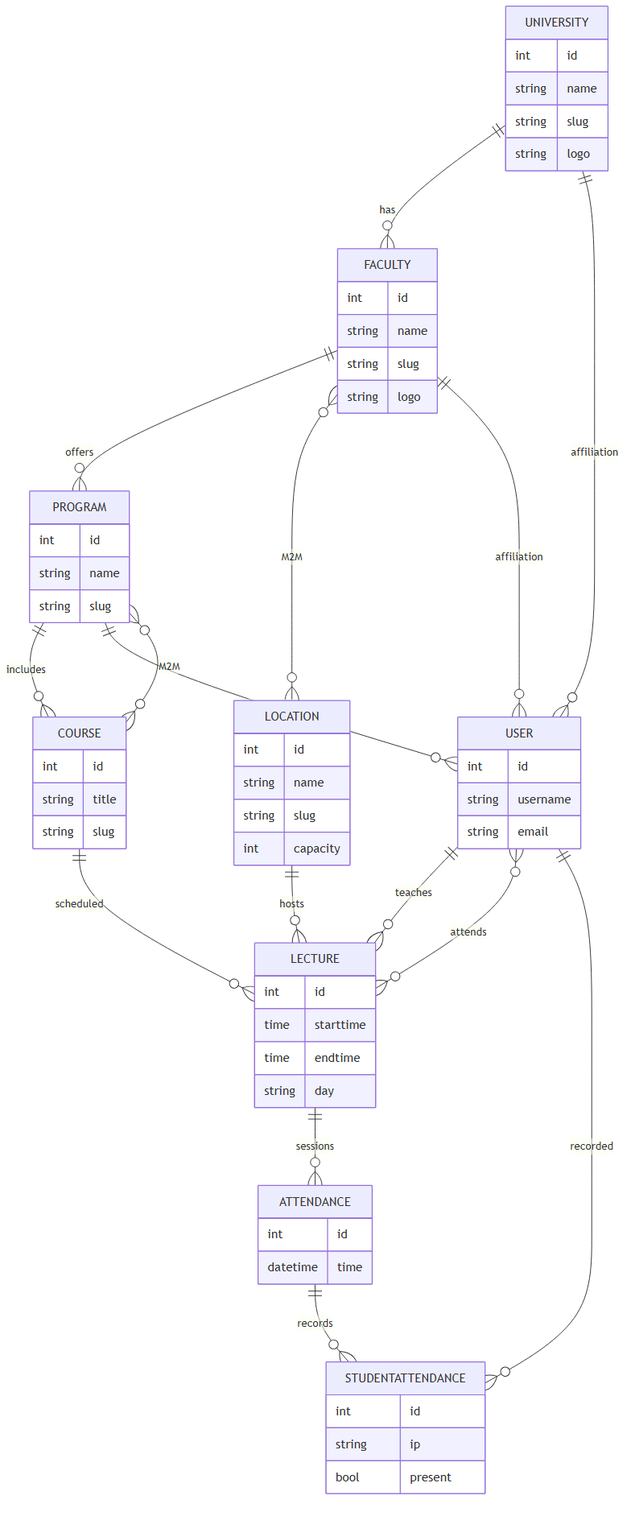
Above: backend/docs/erd.png in ITI-Team1/Edu-Track (Mermaid), before the change. Its source is kept beside it as backend/docs/erd.mmd.
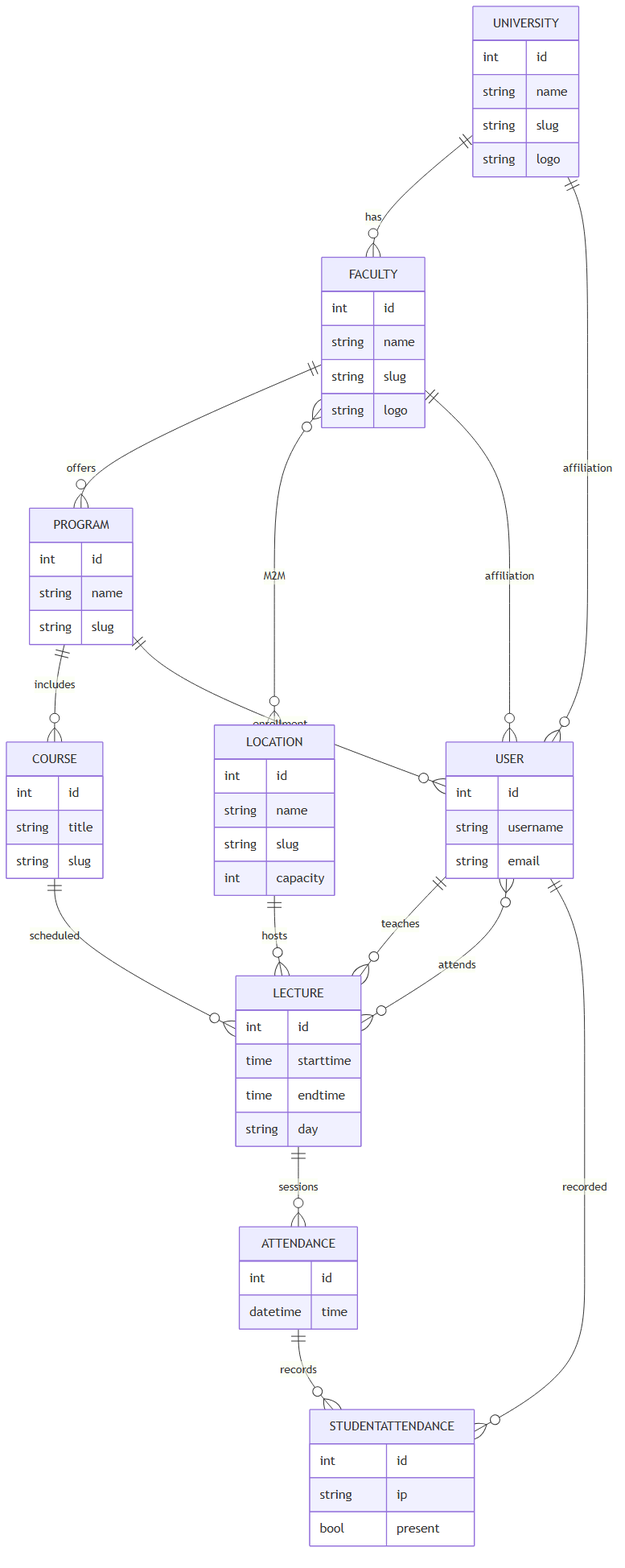
The same file after the commit.

Diff of the diagram source:
```diff
@@ -3,7 +3,6 @@
     UNIVERSITY ||--o{ FACULTY : has
     FACULTY ||--o{ PROGRAM : offers
     PROGRAM ||--o{ COURSE : includes
-    COURSE }o--o{ PROGRAM : M2M
     FACULTY }o--o{ LOCATION : M2M
     COURSE ||--o{ LECTURE : scheduled
     LOCATION ||--o{ LECTURE : hosts
```
